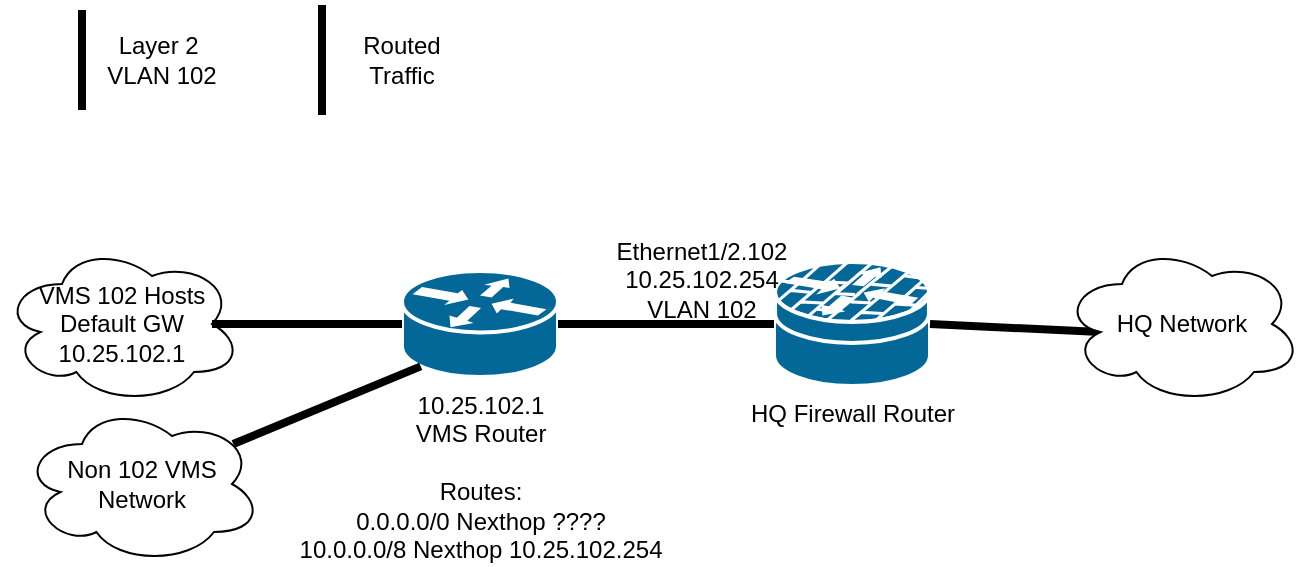
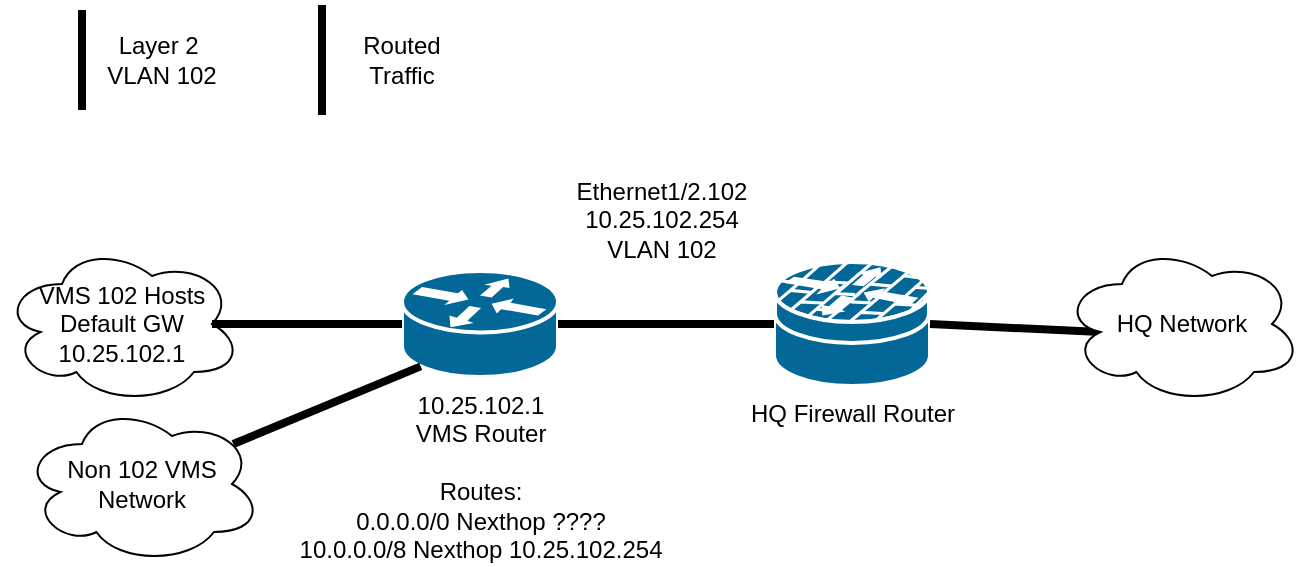
- <mxfile host="app.diagrams.net" pages="3">
+ <mxfile host="app.diagrams.net" pages="5">
  <diagram name="As-Is" id="4S8Gl4sf2LsPPyjwvW3X">
    <mxGraphModel dx="1400" dy="729" grid="1" gridSize="10" guides="1" tooltips="1" connect="1" arrows="1" fold="1" page="1" pageScale="1" pageWidth="850" pageHeight="1100" math="0" shadow="0">
      <root>
        <mxCell id="0" />
        <mxCell id="1" parent="0" />
        <mxCell id="08-S4UHzcj1Pybimo4jH-1" parent="1" style="strokeColor=#ffffff;sketch=0;html=1;pointerEvents=1;dashed=0;fillColor=#036897;strokeWidth=2;verticalLabelPosition=bottom;verticalAlign=top;align=center;outlineConnect=0;shape=mxgraph.cisco.routers.router;" value="10.25.102.1&lt;div&gt;VMS Router&lt;/div&gt;&lt;div&gt;&lt;br&gt;&lt;/div&gt;&lt;div&gt;Routes:&lt;/div&gt;&lt;div&gt;0.0.0.0/0 Nexthop ????&lt;/div&gt;&lt;div&gt;10.0.0.0/8 Nexthop 10.25.102.254&lt;/div&gt;" vertex="1">
          <mxGeometry height="53" width="78" x="200" y="280.5" as="geometry" />
        </mxCell>
        <mxCell id="08-S4UHzcj1Pybimo4jH-2" parent="1" style="shape=mxgraph.cisco.security.router_firewall;sketch=0;html=1;pointerEvents=1;dashed=0;fillColor=#036897;strokeColor=#ffffff;strokeWidth=2;verticalLabelPosition=bottom;verticalAlign=top;align=center;outlineConnect=0;" value="&lt;div&gt;HQ Firewall Router&lt;/div&gt;" vertex="1">
          <mxGeometry height="62" width="78" x="386" y="276" as="geometry" />
        </mxCell>
        <mxCell id="08-S4UHzcj1Pybimo4jH-4" edge="1" parent="1" source="08-S4UHzcj1Pybimo4jH-1" style="endArrow=none;html=1;rounded=0;entryX=0;entryY=0.5;entryDx=0;entryDy=0;entryPerimeter=0;exitX=1;exitY=0.5;exitDx=0;exitDy=0;exitPerimeter=0;strokeColor=light-dark(#000000,#9999FF);strokeWidth=4;align=center;verticalAlign=middle;fontFamily=Helvetica;fontSize=11;fontColor=default;labelBackgroundColor=default;" target="08-S4UHzcj1Pybimo4jH-2" value="">
          <mxGeometry height="50" relative="1" width="50" as="geometry">
            <mxPoint x="330" y="307" as="sourcePoint" />
            <mxPoint x="290" y="290.5" as="targetPoint" />
          </mxGeometry>
        </mxCell>
        <mxCell id="08-S4UHzcj1Pybimo4jH-6" parent="1" style="text;html=1;whiteSpace=wrap;strokeColor=none;fillColor=none;align=center;verticalAlign=middle;rounded=0;" value="&lt;div&gt;Ethernet1/2.102&lt;/div&gt;10.25.102.254&lt;div&gt;VLAN 102&lt;/div&gt;" vertex="1">
-           <mxGeometry height="70" width="120" x="290" y="250" as="geometry" />
+           <mxGeometry height="70" width="120" x="270" y="220" as="geometry" />
        </mxCell>
        <mxCell id="08-S4UHzcj1Pybimo4jH-7" parent="1" style="ellipse;shape=cloud;whiteSpace=wrap;html=1;" value="VMS 102 Hosts&lt;div&gt;Default GW 10.25.102.1&lt;/div&gt;" vertex="1">
          <mxGeometry height="80" width="120" y="267" as="geometry" />
        </mxCell>
        <mxCell id="08-S4UHzcj1Pybimo4jH-8" edge="1" parent="1" source="08-S4UHzcj1Pybimo4jH-7" style="endArrow=none;html=1;rounded=0;entryX=0;entryY=0.5;entryDx=0;entryDy=0;entryPerimeter=0;exitX=0.875;exitY=0.5;exitDx=0;exitDy=0;exitPerimeter=0;strokeWidth=4;strokeColor=light-dark(#000000,#9999FF);" target="08-S4UHzcj1Pybimo4jH-1" value="">
          <mxGeometry height="50" relative="1" width="50" as="geometry">
            <mxPoint x="290" y="458.5" as="sourcePoint" />
            <mxPoint x="290" y="290.5" as="targetPoint" />
          </mxGeometry>
        </mxCell>
        <mxCell id="08-S4UHzcj1Pybimo4jH-9" edge="1" parent="1" source="08-S4UHzcj1Pybimo4jH-10" style="endArrow=none;html=1;rounded=0;entryX=1;entryY=0.5;entryDx=0;entryDy=0;entryPerimeter=0;exitX=0.16;exitY=0.55;exitDx=0;exitDy=0;exitPerimeter=0;strokeWidth=4;strokeColor=light-dark(#000000,#66FFB3);" target="08-S4UHzcj1Pybimo4jH-2" value="">
          <mxGeometry height="50" relative="1" width="50" as="geometry">
            <mxPoint x="600" y="300" as="sourcePoint" />
            <mxPoint x="430" y="290.5" as="targetPoint" />
          </mxGeometry>
        </mxCell>
        <mxCell id="08-S4UHzcj1Pybimo4jH-10" parent="1" style="ellipse;shape=cloud;whiteSpace=wrap;html=1;" value="HQ Network" vertex="1">
          <mxGeometry height="80" width="120" x="530" y="267" as="geometry" />
        </mxCell>
        <mxCell id="08-S4UHzcj1Pybimo4jH-11" edge="1" parent="1" style="endArrow=none;html=1;rounded=0;exitX=0.875;exitY=0.5;exitDx=0;exitDy=0;exitPerimeter=0;strokeWidth=4;strokeColor=light-dark(#000000,#9999FF);" value="">
          <mxGeometry height="50" relative="1" width="50" as="geometry">
            <mxPoint x="40" y="200" as="sourcePoint" />
            <mxPoint x="40" y="150" as="targetPoint" />
          </mxGeometry>
        </mxCell>
        <mxCell id="08-S4UHzcj1Pybimo4jH-12" parent="1" style="text;html=1;whiteSpace=wrap;strokeColor=none;fillColor=none;align=center;verticalAlign=middle;rounded=0;" value="Layer 2&amp;nbsp;&lt;div&gt;VLAN 102&lt;/div&gt;" vertex="1">
          <mxGeometry height="30" width="60" x="50" y="160" as="geometry" />
        </mxCell>
        <mxCell id="08-S4UHzcj1Pybimo4jH-13" edge="1" parent="1" style="endArrow=none;html=1;rounded=0;strokeWidth=4;strokeColor=light-dark(#000000,#66FFB3);" value="">
          <mxGeometry height="50" relative="1" width="50" as="geometry">
            <mxPoint x="160" y="147.5" as="sourcePoint" />
            <mxPoint x="160" y="202.5" as="targetPoint" />
          </mxGeometry>
        </mxCell>
        <mxCell id="08-S4UHzcj1Pybimo4jH-14" parent="1" style="text;html=1;whiteSpace=wrap;strokeColor=none;fillColor=none;align=center;verticalAlign=middle;rounded=0;" value="Routed Traffic" vertex="1">
          <mxGeometry height="30" width="60" x="170" y="160" as="geometry" />
        </mxCell>
        <mxCell id="08-S4UHzcj1Pybimo4jH-15" edge="1" parent="1" source="08-S4UHzcj1Pybimo4jH-1" style="endArrow=none;html=1;rounded=0;strokeWidth=4;strokeColor=light-dark(#000000,#66FFB3);exitX=0.12;exitY=0.9;exitDx=0;exitDy=0;exitPerimeter=0;entryX=0.88;entryY=0.25;entryDx=0;entryDy=0;entryPerimeter=0;" target="08-S4UHzcj1Pybimo4jH-16" value="">
          <mxGeometry height="50" relative="1" width="50" as="geometry">
            <mxPoint x="700" y="660" as="sourcePoint" />
            <mxPoint x="130" y="370" as="targetPoint" />
          </mxGeometry>
        </mxCell>
        <mxCell id="08-S4UHzcj1Pybimo4jH-16" parent="1" style="ellipse;shape=cloud;whiteSpace=wrap;html=1;" value="Non 102 VMS Network" vertex="1">
          <mxGeometry height="80" width="120" x="10" y="347" as="geometry" />
        </mxCell>
      </root>
    </mxGraphModel>
  </diagram>
  <diagram name="Attempt" id="XWlFHGhSOevQKCPna9mF">
    <mxGraphModel dx="1400" dy="729" grid="1" gridSize="10" guides="1" tooltips="1" connect="1" arrows="1" fold="1" page="1" pageScale="1" pageWidth="850" pageHeight="1100" math="0" shadow="0">
      <root>
        <mxCell id="lz8v3Jax0HdE6BG-WbTJ-0" />
        <mxCell id="lz8v3Jax0HdE6BG-WbTJ-1" parent="lz8v3Jax0HdE6BG-WbTJ-0" />
        <mxCell id="lz8v3Jax0HdE6BG-WbTJ-2" parent="lz8v3Jax0HdE6BG-WbTJ-1" style="strokeColor=#ffffff;sketch=0;html=1;pointerEvents=1;dashed=0;fillColor=#036897;strokeWidth=2;verticalLabelPosition=bottom;verticalAlign=top;align=center;outlineConnect=0;shape=mxgraph.cisco.routers.router;" value="10.25.102.1&lt;div&gt;VMS Router&lt;/div&gt;&lt;div&gt;&lt;br&gt;&lt;/div&gt;&lt;div&gt;Routes:&lt;/div&gt;&lt;div&gt;0.0.0.0/0 Nexthop ????&lt;/div&gt;&lt;div&gt;10.0.0.0/8 Nexthop 10.25.102.254&lt;/div&gt;" vertex="1">
          <mxGeometry height="53" width="78" x="200" y="280.5" as="geometry" />
        </mxCell>
        <mxCell id="lz8v3Jax0HdE6BG-WbTJ-3" parent="lz8v3Jax0HdE6BG-WbTJ-1" style="shape=mxgraph.cisco.security.router_firewall;sketch=0;html=1;pointerEvents=1;dashed=0;fillColor=#036897;strokeColor=#ffffff;strokeWidth=2;verticalLabelPosition=bottom;verticalAlign=top;align=center;outlineConnect=0;" value="&lt;div&gt;HQ Firewall Router&lt;/div&gt;" vertex="1">
          <mxGeometry height="62" width="78" x="386" y="276" as="geometry" />
        </mxCell>
        <mxCell id="lz8v3Jax0HdE6BG-WbTJ-4" edge="1" parent="lz8v3Jax0HdE6BG-WbTJ-1" source="lz8v3Jax0HdE6BG-WbTJ-2" style="endArrow=none;html=1;rounded=0;entryX=0;entryY=0.5;entryDx=0;entryDy=0;entryPerimeter=0;exitX=1;exitY=0.5;exitDx=0;exitDy=0;exitPerimeter=0;strokeColor=light-dark(#000000,#9999FF);strokeWidth=4;align=center;verticalAlign=middle;fontFamily=Helvetica;fontSize=11;fontColor=default;labelBackgroundColor=default;" target="lz8v3Jax0HdE6BG-WbTJ-3" value="">
          <mxGeometry height="50" relative="1" width="50" as="geometry">
            <mxPoint x="330" y="307" as="sourcePoint" />
            <mxPoint x="290" y="290.5" as="targetPoint" />
          </mxGeometry>
        </mxCell>
        <mxCell id="lz8v3Jax0HdE6BG-WbTJ-5" parent="lz8v3Jax0HdE6BG-WbTJ-1" style="text;html=1;whiteSpace=wrap;strokeColor=none;fillColor=none;align=center;verticalAlign=middle;rounded=0;" value="&lt;div&gt;VLAN.102 (Switched Virtual Interface)&lt;/div&gt;10.25.102.254&lt;div&gt;VLAN 102&lt;/div&gt;" vertex="1">
          <mxGeometry height="70" width="120" x="365" y="150" as="geometry" />
        </mxCell>
        <mxCell id="lz8v3Jax0HdE6BG-WbTJ-6" parent="lz8v3Jax0HdE6BG-WbTJ-1" style="ellipse;shape=cloud;whiteSpace=wrap;html=1;" value="VMS 102 Hosts&lt;div&gt;Default GW 10.25.102.1&lt;/div&gt;" vertex="1">
          <mxGeometry height="80" width="120" y="267" as="geometry" />
        </mxCell>
        <mxCell id="lz8v3Jax0HdE6BG-WbTJ-7" edge="1" parent="lz8v3Jax0HdE6BG-WbTJ-1" source="lz8v3Jax0HdE6BG-WbTJ-6" style="endArrow=none;html=1;rounded=0;entryX=0;entryY=0.5;entryDx=0;entryDy=0;entryPerimeter=0;exitX=0.875;exitY=0.5;exitDx=0;exitDy=0;exitPerimeter=0;strokeWidth=4;strokeColor=light-dark(#000000,#9999FF);" target="lz8v3Jax0HdE6BG-WbTJ-2" value="">
          <mxGeometry height="50" relative="1" width="50" as="geometry">
            <mxPoint x="290" y="458.5" as="sourcePoint" />
            <mxPoint x="290" y="290.5" as="targetPoint" />
          </mxGeometry>
        </mxCell>
        <mxCell id="lz8v3Jax0HdE6BG-WbTJ-8" edge="1" parent="lz8v3Jax0HdE6BG-WbTJ-1" source="lz8v3Jax0HdE6BG-WbTJ-9" style="endArrow=none;html=1;rounded=0;entryX=1;entryY=0.5;entryDx=0;entryDy=0;entryPerimeter=0;exitX=0.16;exitY=0.55;exitDx=0;exitDy=0;exitPerimeter=0;strokeWidth=4;strokeColor=light-dark(#000000,#9999FF);align=center;verticalAlign=middle;fontFamily=Helvetica;fontSize=11;fontColor=default;labelBackgroundColor=default;" target="lz8v3Jax0HdE6BG-WbTJ-3" value="">
          <mxGeometry height="50" relative="1" width="50" as="geometry">
            <mxPoint x="600" y="300" as="sourcePoint" />
            <mxPoint x="430" y="290.5" as="targetPoint" />
          </mxGeometry>
        </mxCell>
        <mxCell id="lz8v3Jax0HdE6BG-WbTJ-9" parent="lz8v3Jax0HdE6BG-WbTJ-1" style="ellipse;shape=cloud;whiteSpace=wrap;html=1;" value="HQ Network" vertex="1">
          <mxGeometry height="80" width="120" x="540" y="267" as="geometry" />
        </mxCell>
        <mxCell id="lz8v3Jax0HdE6BG-WbTJ-10" edge="1" parent="lz8v3Jax0HdE6BG-WbTJ-1" style="endArrow=none;html=1;rounded=0;exitX=0.875;exitY=0.5;exitDx=0;exitDy=0;exitPerimeter=0;strokeWidth=4;strokeColor=light-dark(#000000,#9999FF);" value="">
          <mxGeometry height="50" relative="1" width="50" as="geometry">
            <mxPoint x="40" y="200" as="sourcePoint" />
            <mxPoint x="40" y="150" as="targetPoint" />
          </mxGeometry>
        </mxCell>
        <mxCell id="lz8v3Jax0HdE6BG-WbTJ-11" parent="lz8v3Jax0HdE6BG-WbTJ-1" style="text;html=1;whiteSpace=wrap;strokeColor=none;fillColor=none;align=center;verticalAlign=middle;rounded=0;" value="Layer 2&amp;nbsp;&lt;div&gt;VLAN 102&lt;/div&gt;" vertex="1">
          <mxGeometry height="30" width="60" x="50" y="160" as="geometry" />
        </mxCell>
        <mxCell id="lz8v3Jax0HdE6BG-WbTJ-12" edge="1" parent="lz8v3Jax0HdE6BG-WbTJ-1" style="endArrow=none;html=1;rounded=0;strokeWidth=4;strokeColor=light-dark(#000000,#66FFB3);" value="">
          <mxGeometry height="50" relative="1" width="50" as="geometry">
            <mxPoint x="160" y="147.5" as="sourcePoint" />
            <mxPoint x="160" y="202.5" as="targetPoint" />
          </mxGeometry>
        </mxCell>
        <mxCell id="lz8v3Jax0HdE6BG-WbTJ-13" parent="lz8v3Jax0HdE6BG-WbTJ-1" style="text;html=1;whiteSpace=wrap;strokeColor=none;fillColor=none;align=center;verticalAlign=middle;rounded=0;" value="Routed Traffic" vertex="1">
          <mxGeometry height="30" width="60" x="170" y="160" as="geometry" />
        </mxCell>
        <mxCell id="lz8v3Jax0HdE6BG-WbTJ-14" edge="1" parent="lz8v3Jax0HdE6BG-WbTJ-1" source="lz8v3Jax0HdE6BG-WbTJ-2" style="endArrow=none;html=1;rounded=0;strokeWidth=4;strokeColor=light-dark(#000000,#66FFB3);exitX=0.12;exitY=0.9;exitDx=0;exitDy=0;exitPerimeter=0;entryX=0.88;entryY=0.25;entryDx=0;entryDy=0;entryPerimeter=0;" target="lz8v3Jax0HdE6BG-WbTJ-15" value="">
          <mxGeometry height="50" relative="1" width="50" as="geometry">
            <mxPoint x="700" y="660" as="sourcePoint" />
            <mxPoint x="130" y="370" as="targetPoint" />
          </mxGeometry>
        </mxCell>
        <mxCell id="lz8v3Jax0HdE6BG-WbTJ-15" parent="lz8v3Jax0HdE6BG-WbTJ-1" style="ellipse;shape=cloud;whiteSpace=wrap;html=1;" value="Non 102 VMS Network" vertex="1">
          <mxGeometry height="80" width="120" x="10" y="347" as="geometry" />
        </mxCell>
        <mxCell id="-hg8oQ2PlZULQ6etDk7B-0" parent="lz8v3Jax0HdE6BG-WbTJ-1" style="text;html=1;whiteSpace=wrap;strokeColor=none;fillColor=none;align=center;verticalAlign=middle;rounded=0;" value="Ethernet1/2.102&amp;nbsp;&lt;div&gt;SVI 102&lt;/div&gt;" vertex="1">
          <mxGeometry height="60" width="90" x="310" y="240" as="geometry" />
        </mxCell>
        <mxCell id="-hg8oQ2PlZULQ6etDk7B-1" edge="1" parent="lz8v3Jax0HdE6BG-WbTJ-1" style="endArrow=none;html=1;rounded=0;entryX=0.55;entryY=0.95;entryDx=0;entryDy=0;entryPerimeter=0;strokeWidth=4;strokeColor=light-dark(#000000,#9999FF);align=center;verticalAlign=middle;fontFamily=Helvetica;fontSize=11;fontColor=default;labelBackgroundColor=default;" target="lz8v3Jax0HdE6BG-WbTJ-9" value="">
          <mxGeometry height="50" relative="1" width="50" as="geometry">
            <mxPoint x="606" y="420" as="sourcePoint" />
            <mxPoint x="660" y="390" as="targetPoint" />
          </mxGeometry>
        </mxCell>
        <mxCell id="-hg8oQ2PlZULQ6etDk7B-2" parent="lz8v3Jax0HdE6BG-WbTJ-1" style="shape=mxgraph.cisco.switches.workgroup_switch;sketch=0;html=1;pointerEvents=1;dashed=0;fillColor=#036897;strokeColor=#ffffff;strokeWidth=2;verticalLabelPosition=bottom;verticalAlign=top;align=center;outlineConnect=0;" value="1w-dining switch" vertex="1">
          <mxGeometry height="50" width="101" x="550" y="420" as="geometry" />
        </mxCell>
        <mxCell id="-hg8oQ2PlZULQ6etDk7B-3" parent="lz8v3Jax0HdE6BG-WbTJ-1" style="text;html=1;whiteSpace=wrap;strokeColor=none;fillColor=none;align=center;verticalAlign=middle;rounded=0;" value="Ethernet1/19.102&lt;div&gt;SVI 102&lt;/div&gt;" vertex="1">
          <mxGeometry height="30" width="100" x="460" y="276" as="geometry" />
        </mxCell>
        <mxCell id="-hg8oQ2PlZULQ6etDk7B-4" edge="1" parent="lz8v3Jax0HdE6BG-WbTJ-1" style="endArrow=none;html=1;rounded=0;entryX=0;entryY=0.5;entryDx=0;entryDy=0;entryPerimeter=0;strokeWidth=4;strokeColor=light-dark(#000000,#9999FF);align=center;verticalAlign=middle;fontFamily=Helvetica;fontSize=11;fontColor=default;labelBackgroundColor=default;" target="-hg8oQ2PlZULQ6etDk7B-2" value="">
          <mxGeometry height="50" relative="1" width="50" as="geometry">
            <mxPoint x="460" y="445" as="sourcePoint" />
            <mxPoint x="680" y="450" as="targetPoint" />
          </mxGeometry>
        </mxCell>
        <mxCell id="-hg8oQ2PlZULQ6etDk7B-5" parent="lz8v3Jax0HdE6BG-WbTJ-1" style="ellipse;shape=cloud;whiteSpace=wrap;html=1;" value="Some VMS Device" vertex="1">
          <mxGeometry height="80" width="120" x="350" y="405" as="geometry" />
        </mxCell>
        <mxCell id="-hg8oQ2PlZULQ6etDk7B-6" edge="1" parent="lz8v3Jax0HdE6BG-WbTJ-1" source="lz8v3Jax0HdE6BG-WbTJ-2" style="endArrow=none;html=1;rounded=0;entryX=0.25;entryY=0.25;entryDx=0;entryDy=0;entryPerimeter=0;strokeWidth=4;strokeColor=light-dark(#000000,#9999FF);align=center;verticalAlign=middle;fontFamily=Helvetica;fontSize=11;fontColor=default;labelBackgroundColor=default;exitX=0.88;exitY=0.9;exitDx=0;exitDy=0;exitPerimeter=0;" target="-hg8oQ2PlZULQ6etDk7B-5" value="">
          <mxGeometry height="50" relative="1" width="50" as="geometry">
            <mxPoint x="660" y="540" as="sourcePoint" />
            <mxPoint x="750" y="540" as="targetPoint" />
          </mxGeometry>
        </mxCell>
      </root>
    </mxGraphModel>
  </diagram>
+   <diagram name="Copy of Attempt" id="uMw0fKpkF00D5ds4ZqsB">
+     <mxGraphModel dx="1400" dy="729" grid="1" gridSize="10" guides="1" tooltips="1" connect="1" arrows="1" fold="1" page="1" pageScale="1" pageWidth="850" pageHeight="1100" math="0" shadow="0">
+       <root>
+         <mxCell id="uKEzUbmefRw9jbbMPfWA-0" />
+         <mxCell id="uKEzUbmefRw9jbbMPfWA-1" parent="uKEzUbmefRw9jbbMPfWA-0" />
+         <mxCell id="uKEzUbmefRw9jbbMPfWA-2" parent="uKEzUbmefRw9jbbMPfWA-1" style="strokeColor=#ffffff;sketch=0;html=1;pointerEvents=1;dashed=0;fillColor=#036897;strokeWidth=2;verticalLabelPosition=bottom;verticalAlign=top;align=center;outlineConnect=0;shape=mxgraph.cisco.routers.router;" value="10.25.102.1&lt;div&gt;VMS Router&lt;/div&gt;&lt;div&gt;&lt;br&gt;&lt;/div&gt;&lt;div&gt;Routes:&lt;/div&gt;&lt;div&gt;0.0.0.0/0 Nexthop ????&lt;/div&gt;&lt;div&gt;10.0.0.0/8 Nexthop 10.25.102.254&lt;/div&gt;" vertex="1">
+           <mxGeometry height="53" width="78" x="200" y="280.5" as="geometry" />
+         </mxCell>
+         <mxCell id="uKEzUbmefRw9jbbMPfWA-4" edge="1" parent="uKEzUbmefRw9jbbMPfWA-1" source="uKEzUbmefRw9jbbMPfWA-2" style="endArrow=none;html=1;rounded=0;entryX=0;entryY=0.5;entryDx=0;entryDy=0;entryPerimeter=0;exitX=1;exitY=0.5;exitDx=0;exitDy=0;exitPerimeter=0;strokeColor=light-dark(#000000,#9999FF);strokeWidth=4;align=center;verticalAlign=middle;fontFamily=Helvetica;fontSize=11;fontColor=default;labelBackgroundColor=default;" value="">
+           <mxGeometry height="50" relative="1" width="50" as="geometry">
+             <mxPoint x="330" y="307" as="sourcePoint" />
+             <mxPoint x="386" y="307" as="targetPoint" />
+           </mxGeometry>
+         </mxCell>
+         <mxCell id="uKEzUbmefRw9jbbMPfWA-5" parent="uKEzUbmefRw9jbbMPfWA-1" style="text;html=1;whiteSpace=wrap;strokeColor=none;fillColor=none;align=center;verticalAlign=middle;rounded=0;" value="&lt;div&gt;VLAN.102 (Switched Virtual Interface)&lt;/div&gt;10.25.102.254&lt;div&gt;VLAN 102&lt;/div&gt;" vertex="1">
+           <mxGeometry height="70" width="120" x="365" y="150" as="geometry" />
+         </mxCell>
+         <mxCell id="uKEzUbmefRw9jbbMPfWA-6" parent="uKEzUbmefRw9jbbMPfWA-1" style="ellipse;shape=cloud;whiteSpace=wrap;html=1;" value="VMS 102 Hosts&lt;div&gt;Default GW 10.25.102.1&lt;/div&gt;" vertex="1">
+           <mxGeometry height="80" width="120" y="267" as="geometry" />
+         </mxCell>
+         <mxCell id="uKEzUbmefRw9jbbMPfWA-7" edge="1" parent="uKEzUbmefRw9jbbMPfWA-1" source="uKEzUbmefRw9jbbMPfWA-6" style="endArrow=none;html=1;rounded=0;entryX=0;entryY=0.5;entryDx=0;entryDy=0;entryPerimeter=0;exitX=0.875;exitY=0.5;exitDx=0;exitDy=0;exitPerimeter=0;strokeWidth=4;strokeColor=light-dark(#000000,#9999FF);" target="uKEzUbmefRw9jbbMPfWA-2" value="">
+           <mxGeometry height="50" relative="1" width="50" as="geometry">
+             <mxPoint x="290" y="458.5" as="sourcePoint" />
+             <mxPoint x="290" y="290.5" as="targetPoint" />
+           </mxGeometry>
+         </mxCell>
+         <mxCell id="uKEzUbmefRw9jbbMPfWA-10" edge="1" parent="uKEzUbmefRw9jbbMPfWA-1" style="endArrow=none;html=1;rounded=0;exitX=0.875;exitY=0.5;exitDx=0;exitDy=0;exitPerimeter=0;strokeWidth=4;strokeColor=light-dark(#000000,#9999FF);" value="">
+           <mxGeometry height="50" relative="1" width="50" as="geometry">
+             <mxPoint x="40" y="200" as="sourcePoint" />
+             <mxPoint x="40" y="150" as="targetPoint" />
+           </mxGeometry>
+         </mxCell>
+         <mxCell id="uKEzUbmefRw9jbbMPfWA-11" parent="uKEzUbmefRw9jbbMPfWA-1" style="text;html=1;whiteSpace=wrap;strokeColor=none;fillColor=none;align=center;verticalAlign=middle;rounded=0;" value="Layer 2&amp;nbsp;&lt;div&gt;VLAN 102&lt;/div&gt;" vertex="1">
+           <mxGeometry height="30" width="60" x="50" y="160" as="geometry" />
+         </mxCell>
+         <mxCell id="uKEzUbmefRw9jbbMPfWA-12" edge="1" parent="uKEzUbmefRw9jbbMPfWA-1" style="endArrow=none;html=1;rounded=0;strokeWidth=4;strokeColor=light-dark(#000000,#66FFB3);" value="">
+           <mxGeometry height="50" relative="1" width="50" as="geometry">
+             <mxPoint x="160" y="147.5" as="sourcePoint" />
+             <mxPoint x="160" y="202.5" as="targetPoint" />
+           </mxGeometry>
+         </mxCell>
+         <mxCell id="uKEzUbmefRw9jbbMPfWA-13" parent="uKEzUbmefRw9jbbMPfWA-1" style="text;html=1;whiteSpace=wrap;strokeColor=none;fillColor=none;align=center;verticalAlign=middle;rounded=0;" value="Routed Traffic" vertex="1">
+           <mxGeometry height="30" width="60" x="170" y="160" as="geometry" />
+         </mxCell>
+         <mxCell id="uKEzUbmefRw9jbbMPfWA-14" edge="1" parent="uKEzUbmefRw9jbbMPfWA-1" source="uKEzUbmefRw9jbbMPfWA-2" style="endArrow=none;html=1;rounded=0;strokeWidth=4;strokeColor=light-dark(#000000,#66FFB3);exitX=0.12;exitY=0.9;exitDx=0;exitDy=0;exitPerimeter=0;entryX=0.88;entryY=0.25;entryDx=0;entryDy=0;entryPerimeter=0;" target="uKEzUbmefRw9jbbMPfWA-15" value="">
+           <mxGeometry height="50" relative="1" width="50" as="geometry">
+             <mxPoint x="700" y="660" as="sourcePoint" />
+             <mxPoint x="130" y="370" as="targetPoint" />
+           </mxGeometry>
+         </mxCell>
+         <mxCell id="uKEzUbmefRw9jbbMPfWA-15" parent="uKEzUbmefRw9jbbMPfWA-1" style="ellipse;shape=cloud;whiteSpace=wrap;html=1;" value="Non 102 VMS Network" vertex="1">
+           <mxGeometry height="80" width="120" x="10" y="347" as="geometry" />
+         </mxCell>
+         <mxCell id="O3OB2NRwuAf-kRM57Cru-0" parent="uKEzUbmefRw9jbbMPfWA-1" style="fontColor=default;verticalAlign=top;verticalLabelPosition=bottom;labelPosition=center;align=center;html=1;outlineConnect=0;fillColor=#CCCCCC;strokeColor=#6881B3;gradientColor=none;gradientDirection=north;strokeWidth=2;shape=mxgraph.networks.patch_panel;fontFamily=Helvetica;fontSize=12;fontStyle=0;" value="Patch Panel in HQ" vertex="1">
+           <mxGeometry height="35" width="100" x="385" y="281" as="geometry" />
+         </mxCell>
+         <mxCell id="O3OB2NRwuAf-kRM57Cru-1" parent="uKEzUbmefRw9jbbMPfWA-1" style="ellipse;shape=cloud;whiteSpace=wrap;html=1;" value="Archive" vertex="1">
+           <mxGeometry height="80" width="120" x="570" y="280" as="geometry" />
+         </mxCell>
+         <mxCell id="O3OB2NRwuAf-kRM57Cru-2" edge="1" parent="uKEzUbmefRw9jbbMPfWA-1" style="endArrow=none;html=1;rounded=0;entryX=0.07;entryY=0.4;entryDx=0;entryDy=0;entryPerimeter=0;exitX=1;exitY=0.5;exitDx=0;exitDy=0;exitPerimeter=0;strokeColor=light-dark(#000000,#9999FF);strokeWidth=4;align=center;verticalAlign=middle;fontFamily=Helvetica;fontSize=11;fontColor=default;labelBackgroundColor=default;" target="O3OB2NRwuAf-kRM57Cru-1" value="">
+           <mxGeometry height="50" relative="1" width="50" as="geometry">
+             <mxPoint x="485" y="306.5" as="sourcePoint" />
+             <mxPoint x="593" y="306.5" as="targetPoint" />
+           </mxGeometry>
+         </mxCell>
+         <mxCell id="O3OB2NRwuAf-kRM57Cru-3" parent="uKEzUbmefRw9jbbMPfWA-1" style="shape=mxgraph.cisco.switches.workgroup_switch;sketch=0;html=1;pointerEvents=1;dashed=0;fillColor=#036897;strokeColor=#ffffff;strokeWidth=2;verticalLabelPosition=bottom;verticalAlign=top;align=center;outlineConnect=0;" value="VMS AVID Switch" vertex="1">
+           <mxGeometry height="50" width="101" x="589" y="440" as="geometry" />
+         </mxCell>
+         <mxCell id="O3OB2NRwuAf-kRM57Cru-4" edge="1" parent="uKEzUbmefRw9jbbMPfWA-1" source="O3OB2NRwuAf-kRM57Cru-1" style="endArrow=none;html=1;rounded=0;entryX=0.5;entryY=0;entryDx=0;entryDy=0;entryPerimeter=0;exitX=0.55;exitY=0.95;exitDx=0;exitDy=0;exitPerimeter=0;strokeColor=light-dark(#000000,#9999FF);strokeWidth=4;align=center;verticalAlign=middle;fontFamily=Helvetica;fontSize=11;fontColor=default;labelBackgroundColor=default;" target="O3OB2NRwuAf-kRM57Cru-3" value="">
+           <mxGeometry height="50" relative="1" width="50" as="geometry">
+             <mxPoint x="620" y="410" as="sourcePoint" />
+             <mxPoint x="713" y="415.5" as="targetPoint" />
+           </mxGeometry>
+         </mxCell>
+       </root>
+     </mxGraphModel>
+   </diagram>
  <diagram name="Delta" id="UeLpPfJafMqvtW6ss7Ig">
    <mxGraphModel dx="1400" dy="729" grid="1" gridSize="10" guides="1" tooltips="1" connect="1" arrows="1" fold="1" page="1" pageScale="1" pageWidth="850" pageHeight="1100" math="0" shadow="0">
      <root>
        <mxCell id="qwzZPb0a5X3Zznyk9n4S-0" />
        <mxCell id="qwzZPb0a5X3Zznyk9n4S-1" parent="qwzZPb0a5X3Zznyk9n4S-0" />
        <mxCell id="nJCjS6ztL6uUpzXttWlc-11" edge="1" parent="qwzZPb0a5X3Zznyk9n4S-1" style="endArrow=none;html=1;rounded=0;entryX=0.16;entryY=0.55;entryDx=0;entryDy=0;entryPerimeter=0;exitX=1;exitY=0.5;exitDx=0;exitDy=0;exitPerimeter=0;strokeColor=light-dark(#000000,#9999FF);strokeWidth=4;align=center;verticalAlign=middle;fontFamily=Helvetica;fontSize=11;fontColor=default;labelBackgroundColor=default;" target="nJCjS6ztL6uUpzXttWlc-12" value="">
          <mxGeometry height="50" relative="1" width="50" as="geometry">
            <mxPoint x="640" y="306.5" as="sourcePoint" />
            <mxPoint x="748" y="307.5" as="targetPoint" />
          </mxGeometry>
        </mxCell>
        <mxCell id="nJCjS6ztL6uUpzXttWlc-9" edge="1" parent="qwzZPb0a5X3Zznyk9n4S-1" style="endArrow=none;html=1;rounded=0;strokeWidth=4;strokeColor=light-dark(#000000,#9999FF);align=center;verticalAlign=middle;fontFamily=Helvetica;fontSize=11;fontColor=default;labelBackgroundColor=default;" value="">
          <mxGeometry height="50" relative="1" width="50" as="geometry">
            <mxPoint x="570" y="440.75" as="sourcePoint" />
            <mxPoint x="570" y="320.75" as="targetPoint" />
          </mxGeometry>
        </mxCell>
        <mxCell id="qwzZPb0a5X3Zznyk9n4S-2" parent="qwzZPb0a5X3Zznyk9n4S-1" style="strokeColor=#ffffff;sketch=0;html=1;pointerEvents=1;dashed=0;fillColor=#036897;strokeWidth=2;verticalLabelPosition=bottom;verticalAlign=top;align=center;outlineConnect=0;shape=mxgraph.cisco.routers.router;" value="10.25.102.1&lt;div&gt;&lt;div&gt;VMS Router&lt;/div&gt;&lt;div&gt;&lt;br&gt;&lt;/div&gt;&lt;div&gt;Routes:&lt;/div&gt;&lt;div&gt;0.0.0.0/0 Nexthop ????&lt;/div&gt;&lt;div&gt;&lt;font style=&quot;color: light-dark(rgb(0, 0, 0), rgb(204, 204, 0));&quot;&gt;10.0.0.0/8 Nexthop 10.x.x.x/30&lt;/font&gt;&lt;/div&gt;&lt;/div&gt;" vertex="1">
          <mxGeometry height="59.5" width="78" x="200" y="276" as="geometry" />
        </mxCell>
        <mxCell id="qwzZPb0a5X3Zznyk9n4S-3" parent="qwzZPb0a5X3Zznyk9n4S-1" style="shape=mxgraph.cisco.security.router_firewall;sketch=0;html=1;pointerEvents=1;dashed=0;fillColor=#036897;strokeColor=#ffffff;strokeWidth=2;verticalLabelPosition=bottom;verticalAlign=top;align=center;outlineConnect=0;" value="&lt;div&gt;HQ Firewall Router&lt;/div&gt;" vertex="1">
          <mxGeometry height="62" width="78" x="386" y="276" as="geometry" />
        </mxCell>
        <mxCell id="qwzZPb0a5X3Zznyk9n4S-4" edge="1" parent="qwzZPb0a5X3Zznyk9n4S-1" source="qwzZPb0a5X3Zznyk9n4S-2" style="endArrow=none;html=1;rounded=0;entryX=0;entryY=0.5;entryDx=0;entryDy=0;entryPerimeter=0;exitX=1;exitY=0.5;exitDx=0;exitDy=0;exitPerimeter=0;strokeColor=light-dark(#000000,#9999FF);strokeWidth=4;align=center;verticalAlign=middle;fontFamily=Helvetica;fontSize=11;fontColor=default;labelBackgroundColor=default;" target="qwzZPb0a5X3Zznyk9n4S-3" value="">
          <mxGeometry height="50" relative="1" width="50" as="geometry">
            <mxPoint x="330" y="307" as="sourcePoint" />
            <mxPoint x="290" y="290.5" as="targetPoint" />
          </mxGeometry>
        </mxCell>
        <mxCell id="qwzZPb0a5X3Zznyk9n4S-5" parent="qwzZPb0a5X3Zznyk9n4S-1" style="text;html=1;whiteSpace=wrap;strokeColor=none;fillColor=none;align=center;verticalAlign=middle;rounded=0;" value="&lt;div&gt;VLAN.102&lt;/div&gt;&lt;div&gt;L2, No IP&lt;/div&gt;&lt;div&gt;VLAN.103 (Switched Virtual Interface)&lt;/div&gt;10.x.x.x/30&lt;div&gt;VLAN 103&lt;/div&gt;" vertex="1">
          <mxGeometry height="100" width="120" x="365" y="150" as="geometry" />
        </mxCell>
        <mxCell id="qwzZPb0a5X3Zznyk9n4S-6" parent="qwzZPb0a5X3Zznyk9n4S-1" style="ellipse;shape=cloud;whiteSpace=wrap;html=1;" value="VMS 102 Hosts&lt;div&gt;Default GW 10.25.102.1&lt;/div&gt;" vertex="1">
          <mxGeometry height="80" width="120" y="267" as="geometry" />
        </mxCell>
        <mxCell id="qwzZPb0a5X3Zznyk9n4S-7" edge="1" parent="qwzZPb0a5X3Zznyk9n4S-1" source="qwzZPb0a5X3Zznyk9n4S-6" style="endArrow=none;html=1;rounded=0;entryX=0;entryY=0.5;entryDx=0;entryDy=0;entryPerimeter=0;exitX=0.875;exitY=0.5;exitDx=0;exitDy=0;exitPerimeter=0;strokeWidth=4;strokeColor=light-dark(#000000,#9999FF);" target="qwzZPb0a5X3Zznyk9n4S-2" value="">
          <mxGeometry height="50" relative="1" width="50" as="geometry">
            <mxPoint x="290" y="458.5" as="sourcePoint" />
            <mxPoint x="290" y="290.5" as="targetPoint" />
          </mxGeometry>
        </mxCell>
        <mxCell id="qwzZPb0a5X3Zznyk9n4S-8" edge="1" parent="qwzZPb0a5X3Zznyk9n4S-1" source="qwzZPb0a5X3Zznyk9n4S-9" style="endArrow=none;html=1;rounded=0;entryX=1;entryY=0.5;entryDx=0;entryDy=0;entryPerimeter=0;exitX=0.16;exitY=0.55;exitDx=0;exitDy=0;exitPerimeter=0;strokeWidth=4;strokeColor=light-dark(#000000,#9999FF);align=center;verticalAlign=middle;fontFamily=Helvetica;fontSize=11;fontColor=default;labelBackgroundColor=default;" target="qwzZPb0a5X3Zznyk9n4S-3" value="">
          <mxGeometry height="50" relative="1" width="50" as="geometry">
            <mxPoint x="600" y="300" as="sourcePoint" />
            <mxPoint x="430" y="290.5" as="targetPoint" />
          </mxGeometry>
        </mxCell>
        <mxCell id="qwzZPb0a5X3Zznyk9n4S-9" parent="qwzZPb0a5X3Zznyk9n4S-1" style="ellipse;shape=cloud;whiteSpace=wrap;html=1;" value="HQ Network" vertex="1">
          <mxGeometry height="80" width="120" x="540" y="265.75" as="geometry" />
        </mxCell>
        <mxCell id="qwzZPb0a5X3Zznyk9n4S-10" edge="1" parent="qwzZPb0a5X3Zznyk9n4S-1" style="endArrow=none;html=1;rounded=0;exitX=0.875;exitY=0.5;exitDx=0;exitDy=0;exitPerimeter=0;strokeWidth=4;strokeColor=light-dark(#000000,#9999FF);" value="">
          <mxGeometry height="50" relative="1" width="50" as="geometry">
            <mxPoint x="40" y="200" as="sourcePoint" />
            <mxPoint x="40" y="150" as="targetPoint" />
          </mxGeometry>
        </mxCell>
        <mxCell id="qwzZPb0a5X3Zznyk9n4S-11" parent="qwzZPb0a5X3Zznyk9n4S-1" style="text;html=1;whiteSpace=wrap;strokeColor=none;fillColor=none;align=center;verticalAlign=middle;rounded=0;" value="Layer 2&amp;nbsp;&lt;div&gt;VLAN 102&lt;/div&gt;" vertex="1">
          <mxGeometry height="30" width="60" x="50" y="160" as="geometry" />
        </mxCell>
        <mxCell id="qwzZPb0a5X3Zznyk9n4S-12" edge="1" parent="qwzZPb0a5X3Zznyk9n4S-1" style="endArrow=none;html=1;rounded=0;strokeWidth=4;strokeColor=light-dark(#000000,#66FFB3);" value="">
          <mxGeometry height="50" relative="1" width="50" as="geometry">
            <mxPoint x="160" y="147.5" as="sourcePoint" />
            <mxPoint x="160" y="202.5" as="targetPoint" />
          </mxGeometry>
        </mxCell>
        <mxCell id="qwzZPb0a5X3Zznyk9n4S-13" parent="qwzZPb0a5X3Zznyk9n4S-1" style="text;html=1;whiteSpace=wrap;strokeColor=none;fillColor=none;align=center;verticalAlign=middle;rounded=0;" value="Routed Traffic" vertex="1">
          <mxGeometry height="30" width="60" x="170" y="160" as="geometry" />
        </mxCell>
        <mxCell id="qwzZPb0a5X3Zznyk9n4S-14" edge="1" parent="qwzZPb0a5X3Zznyk9n4S-1" source="qwzZPb0a5X3Zznyk9n4S-2" style="endArrow=none;html=1;rounded=0;strokeWidth=4;strokeColor=light-dark(#000000,#66FFB3);exitX=0.12;exitY=0.9;exitDx=0;exitDy=0;exitPerimeter=0;entryX=0.88;entryY=0.25;entryDx=0;entryDy=0;entryPerimeter=0;" target="qwzZPb0a5X3Zznyk9n4S-15" value="">
          <mxGeometry height="50" relative="1" width="50" as="geometry">
            <mxPoint x="700" y="660" as="sourcePoint" />
            <mxPoint x="130" y="370" as="targetPoint" />
          </mxGeometry>
        </mxCell>
        <mxCell id="qwzZPb0a5X3Zznyk9n4S-15" parent="qwzZPb0a5X3Zznyk9n4S-1" style="ellipse;shape=cloud;whiteSpace=wrap;html=1;" value="Non 102 VMS Network" vertex="1">
          <mxGeometry height="80" width="120" x="10" y="347" as="geometry" />
        </mxCell>
        <mxCell id="qwzZPb0a5X3Zznyk9n4S-16" parent="qwzZPb0a5X3Zznyk9n4S-1" style="text;html=1;whiteSpace=wrap;strokeColor=none;fillColor=none;align=center;verticalAlign=middle;rounded=0;" value="&lt;div&gt;Ethernet1/2.102&lt;/div&gt;&lt;div&gt;L2&lt;/div&gt;Ethernet1/2.103&amp;nbsp;&lt;div&gt;SVI 103&lt;/div&gt;&lt;div&gt;&lt;br&gt;&lt;/div&gt;" vertex="1">
          <mxGeometry height="70" width="90" x="300" y="250" as="geometry" />
        </mxCell>
        <mxCell id="qwzZPb0a5X3Zznyk9n4S-18" parent="qwzZPb0a5X3Zznyk9n4S-1" style="shape=mxgraph.cisco.switches.workgroup_switch;sketch=0;html=1;pointerEvents=1;dashed=0;fillColor=#036897;strokeColor=#ffffff;strokeWidth=2;verticalLabelPosition=bottom;verticalAlign=top;align=center;outlineConnect=0;" value="1w-dining switch" vertex="1">
          <mxGeometry height="50" width="101" x="549.5" y="420" as="geometry" />
        </mxCell>
        <mxCell id="qwzZPb0a5X3Zznyk9n4S-19" parent="qwzZPb0a5X3Zznyk9n4S-1" style="text;html=1;whiteSpace=wrap;strokeColor=none;fillColor=none;align=center;verticalAlign=middle;rounded=0;" value="Ethernet1/19.102&lt;div&gt;VLAN 102&lt;/div&gt;" vertex="1">
          <mxGeometry height="30" width="100" x="460" y="276" as="geometry" />
        </mxCell>
        <mxCell id="qwzZPb0a5X3Zznyk9n4S-20" edge="1" parent="qwzZPb0a5X3Zznyk9n4S-1" source="nJCjS6ztL6uUpzXttWlc-6" style="endArrow=none;html=1;rounded=0;entryX=0;entryY=0.5;entryDx=0;entryDy=0;entryPerimeter=0;strokeWidth=4;strokeColor=light-dark(#000000,#9999FF);align=center;verticalAlign=middle;fontFamily=Helvetica;fontSize=11;fontColor=default;labelBackgroundColor=default;" target="qwzZPb0a5X3Zznyk9n4S-18" value="">
          <mxGeometry height="50" relative="1" width="50" as="geometry">
            <mxPoint x="460" y="445" as="sourcePoint" />
            <mxPoint x="680" y="450" as="targetPoint" />
          </mxGeometry>
        </mxCell>
        <mxCell id="qwzZPb0a5X3Zznyk9n4S-21" parent="qwzZPb0a5X3Zznyk9n4S-1" style="ellipse;shape=cloud;whiteSpace=wrap;html=1;" value="Some VMS Device" vertex="1">
          <mxGeometry height="80" width="120" x="350" y="405" as="geometry" />
        </mxCell>
        <mxCell id="qwzZPb0a5X3Zznyk9n4S-22" edge="1" parent="qwzZPb0a5X3Zznyk9n4S-1" source="qwzZPb0a5X3Zznyk9n4S-2" style="endArrow=none;html=1;rounded=0;entryX=0.25;entryY=0.25;entryDx=0;entryDy=0;entryPerimeter=0;strokeWidth=4;strokeColor=light-dark(#000000,#9999FF);align=center;verticalAlign=middle;fontFamily=Helvetica;fontSize=11;fontColor=default;labelBackgroundColor=default;exitX=0.88;exitY=0.9;exitDx=0;exitDy=0;exitPerimeter=0;" target="qwzZPb0a5X3Zznyk9n4S-21" value="">
          <mxGeometry height="50" relative="1" width="50" as="geometry">
            <mxPoint x="660" y="540" as="sourcePoint" />
            <mxPoint x="750" y="540" as="targetPoint" />
          </mxGeometry>
        </mxCell>
        <mxCell id="nJCjS6ztL6uUpzXttWlc-0" edge="1" parent="qwzZPb0a5X3Zznyk9n4S-1" style="endArrow=none;html=1;rounded=0;strokeWidth=4;strokeColor=light-dark(#000000,#66FFB3);entryX=0.88;entryY=0.9;entryDx=0;entryDy=0;entryPerimeter=0;exitX=0.12;exitY=0.91;exitDx=0;exitDy=0;exitPerimeter=0;" value="">
          <mxGeometry height="50" relative="1" width="50" as="geometry">
            <mxPoint x="397.6799999999999" y="332.4200000000001" as="sourcePoint" />
            <mxPoint x="270.9600000000001" y="329.54999999999995" as="targetPoint" />
          </mxGeometry>
        </mxCell>
        <mxCell id="nJCjS6ztL6uUpzXttWlc-7" edge="1" parent="qwzZPb0a5X3Zznyk9n4S-1" source="qwzZPb0a5X3Zznyk9n4S-18" style="endArrow=none;html=1;rounded=0;strokeWidth=4;strokeColor=light-dark(#000000,#9999FF);align=center;verticalAlign=middle;fontFamily=Helvetica;fontSize=11;fontColor=default;labelBackgroundColor=default;exitX=0;exitY=0.98;exitDx=0;exitDy=0;exitPerimeter=0;" target="nJCjS6ztL6uUpzXttWlc-8" value="">
          <mxGeometry height="50" relative="1" width="50" as="geometry">
            <mxPoint x="730" y="530" as="sourcePoint" />
            <mxPoint x="680" y="520" as="targetPoint" />
          </mxGeometry>
        </mxCell>
        <mxCell id="nJCjS6ztL6uUpzXttWlc-8" parent="qwzZPb0a5X3Zznyk9n4S-1" style="shape=mxgraph.cisco.computers_and_peripherals.pc;html=1;pointerEvents=1;dashed=0;fillColor=#036897;strokeColor=#ffffff;strokeWidth=2;verticalLabelPosition=bottom;verticalAlign=top;align=center;outlineConnect=0;" value="VMS Clients Default GW 10.25.102.1&lt;div&gt;No longer need VMS switches to reach VMS VLANs&lt;/div&gt;" vertex="1">
          <mxGeometry height="70" width="78" x="440" y="515" as="geometry" />
        </mxCell>
        <mxCell id="nJCjS6ztL6uUpzXttWlc-10" edge="1" parent="qwzZPb0a5X3Zznyk9n4S-1" source="qwzZPb0a5X3Zznyk9n4S-18" style="endArrow=none;html=1;rounded=0;entryX=0.55;entryY=0.95;entryDx=0;entryDy=0;entryPerimeter=0;exitX=0.5;exitY=0;exitDx=0;exitDy=0;exitPerimeter=0;strokeWidth=5;" target="qwzZPb0a5X3Zznyk9n4S-9" value="">
          <mxGeometry height="50" relative="1" width="50" as="geometry">
            <mxPoint x="740" y="458" as="sourcePoint" />
            <mxPoint x="740" y="290" as="targetPoint" />
          </mxGeometry>
        </mxCell>
-         <mxCell id="nJCjS6ztL6uUpzXttWlc-12" parent="qwzZPb0a5X3Zznyk9n4S-1" style="ellipse;shape=cloud;whiteSpace=wrap;html=1;" value="Archive" vertex="1">
+         <mxCell id="nJCjS6ztL6uUpzXttWlc-12" parent="qwzZPb0a5X3Zznyk9n4S-1" style="ellipse;shape=cloud;whiteSpace=wrap;html=1;" value="Archive&lt;div&gt;MAG&lt;/div&gt;" vertex="1">
          <mxGeometry height="80" width="120" x="688" y="258" as="geometry" />
        </mxCell>
        <mxCell id="nJCjS6ztL6uUpzXttWlc-13" parent="qwzZPb0a5X3Zznyk9n4S-1" style="shape=mxgraph.cisco.computers_and_peripherals.pc;html=1;pointerEvents=1;dashed=0;fillColor=#036897;strokeColor=#ffffff;strokeWidth=2;verticalLabelPosition=bottom;verticalAlign=top;align=center;outlineConnect=0;" value="VMS Clients&amp;nbsp;&lt;div&gt;Default GW 10.25.102.1&lt;div&gt;&lt;br&gt;&lt;/div&gt;&lt;/div&gt;" vertex="1">
          <mxGeometry height="70" width="78" x="709" y="470" as="geometry" />
        </mxCell>
        <mxCell id="nJCjS6ztL6uUpzXttWlc-14" edge="1" parent="qwzZPb0a5X3Zznyk9n4S-1" source="nJCjS6ztL6uUpzXttWlc-12" style="endArrow=none;html=1;rounded=0;entryX=0.5;entryY=0;entryDx=0;entryDy=0;entryPerimeter=0;exitX=0.55;exitY=0.95;exitDx=0;exitDy=0;exitPerimeter=0;strokeColor=light-dark(#000000,#9999FF);strokeWidth=4;align=center;verticalAlign=middle;fontFamily=Helvetica;fontSize=11;fontColor=default;labelBackgroundColor=default;" target="nJCjS6ztL6uUpzXttWlc-13" value="">
          <mxGeometry height="50" relative="1" width="50" as="geometry">
            <mxPoint x="780" y="374.5" as="sourcePoint" />
            <mxPoint x="847" y="370" as="targetPoint" />
          </mxGeometry>
        </mxCell>
        <mxCell id="nJCjS6ztL6uUpzXttWlc-15" edge="1" parent="qwzZPb0a5X3Zznyk9n4S-1" style="endArrow=none;html=1;rounded=0;strokeWidth=5;" value="">
          <mxGeometry height="50" relative="1" width="50" as="geometry">
            <mxPoint x="250" y="203.75" as="sourcePoint" />
            <mxPoint x="250" y="146.25" as="targetPoint" />
          </mxGeometry>
        </mxCell>
        <mxCell id="nJCjS6ztL6uUpzXttWlc-16" parent="qwzZPb0a5X3Zznyk9n4S-1" style="text;html=1;whiteSpace=wrap;strokeColor=none;fillColor=none;align=center;verticalAlign=middle;rounded=0;" value="HQ L2 Traffic" vertex="1">
          <mxGeometry height="30" width="60" x="250" y="160" as="geometry" />
        </mxCell>
        <mxCell id="nJCjS6ztL6uUpzXttWlc-17" parent="qwzZPb0a5X3Zznyk9n4S-1" style="text;html=1;whiteSpace=wrap;strokeColor=none;fillColor=none;align=center;verticalAlign=middle;rounded=0;fontFamily=Helvetica;fontSize=11;fontColor=default;labelBackgroundColor=default;" value="&lt;span style=&quot;white-space: nowrap;&quot;&gt;&lt;font style=&quot;color: light-dark(rgb(0, 0, 0), rgb(102, 204, 0));&quot;&gt;10.x.x.x/30&lt;/font&gt;&lt;/span&gt;" vertex="1">
          <mxGeometry height="30" width="60" x="260" y="305.5" as="geometry" />
        </mxCell>
        <mxCell id="nJCjS6ztL6uUpzXttWlc-19" parent="qwzZPb0a5X3Zznyk9n4S-1" style="text;html=1;whiteSpace=wrap;strokeColor=none;fillColor=none;align=center;verticalAlign=middle;rounded=0;fontFamily=Helvetica;fontSize=11;fontColor=default;labelBackgroundColor=default;" value="&lt;span style=&quot;white-space: nowrap;&quot;&gt;&lt;font style=&quot;color: light-dark(rgb(0, 0, 0), rgb(102, 204, 0));&quot;&gt;10.x.x.x/30&lt;/font&gt;&lt;/span&gt;" vertex="1">
          <mxGeometry height="30" width="60" x="340" y="305.5" as="geometry" />
        </mxCell>
        <mxCell id="nJCjS6ztL6uUpzXttWlc-20" edge="1" parent="qwzZPb0a5X3Zznyk9n4S-1" source="qwzZPb0a5X3Zznyk9n4S-9" style="endArrow=none;html=1;rounded=0;strokeWidth=4;strokeColor=light-dark(#000000,#66FFB3);entryX=0.88;entryY=0.91;entryDx=0;entryDy=0;entryPerimeter=0;exitX=0.13;exitY=0.77;exitDx=0;exitDy=0;exitPerimeter=0;" target="qwzZPb0a5X3Zznyk9n4S-3" value="">
          <mxGeometry height="50" relative="1" width="50" as="geometry">
            <mxPoint x="596.7199999999998" y="372.8700000000001" as="sourcePoint" />
            <mxPoint x="470" y="370" as="targetPoint" />
          </mxGeometry>
        </mxCell>
        <mxCell id="nJCjS6ztL6uUpzXttWlc-22" edge="1" parent="qwzZPb0a5X3Zznyk9n4S-1" style="endArrow=none;html=1;rounded=0;entryX=0;entryY=0.5;entryDx=0;entryDy=0;entryPerimeter=0;strokeWidth=4;strokeColor=light-dark(#000000,#9999FF);align=center;verticalAlign=middle;fontFamily=Helvetica;fontSize=11;fontColor=default;labelBackgroundColor=default;" target="nJCjS6ztL6uUpzXttWlc-6" value="">
          <mxGeometry height="50" relative="1" width="50" as="geometry">
            <mxPoint x="460" y="445" as="sourcePoint" />
            <mxPoint x="550" y="445" as="targetPoint" />
          </mxGeometry>
        </mxCell>
        <mxCell id="nJCjS6ztL6uUpzXttWlc-6" parent="qwzZPb0a5X3Zznyk9n4S-1" style="text;html=1;whiteSpace=wrap;strokeColor=none;fillColor=none;align=center;verticalAlign=middle;rounded=0;fontSize=72;fontColor=light-dark(#CC0000,#CC0000);" value="X" vertex="1">
          <mxGeometry height="70" width="70" x="485" y="410" as="geometry" />
        </mxCell>
+       </root>
+     </mxGraphModel>
+   </diagram>
+   <diagram id="eAWWLvBGWvIf76D3iVSu" name="Page-4">
+     <mxGraphModel grid="1" page="1" gridSize="10" guides="1" tooltips="1" connect="1" arrows="1" fold="1" pageScale="1" pageWidth="850" pageHeight="1100" math="0" shadow="0">
+       <root>
+         <mxCell id="0" />
+         <mxCell id="1" parent="0" />
      </root>
    </mxGraphModel>
  </diagram>
</mxfile>
